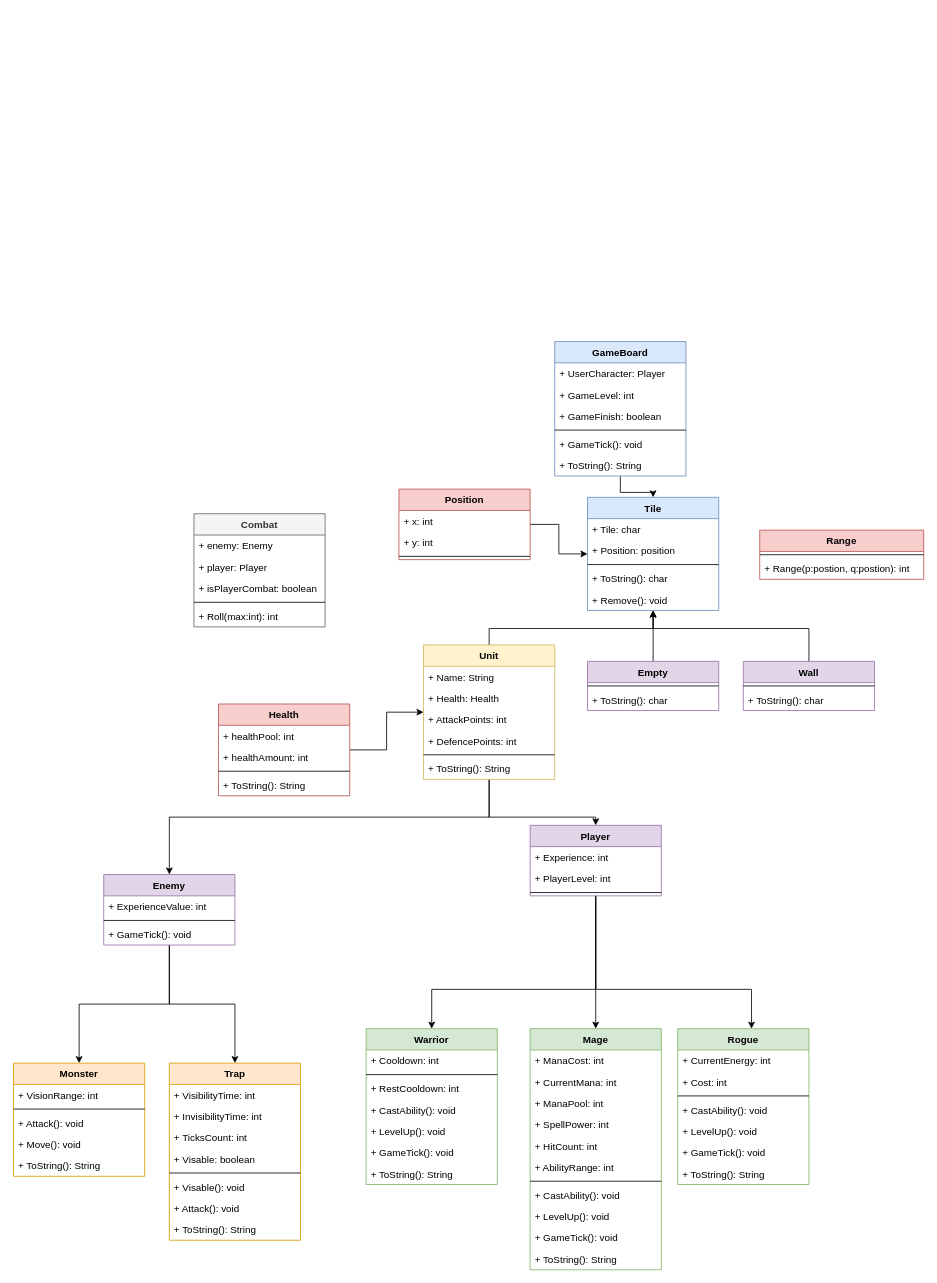
Before: hw3.drawio in inbarbc/Dungeons_and_Dragons, a draw.io diagram. Source tidied: cells renumbered, new cells numbered last; positions are measured from the earlier drawing's top-left corner, leaving out a move shared by most shapes. Both pictures are drawn from the tidied source at 82%, with x=0, y=0 at pixel (13, 341).
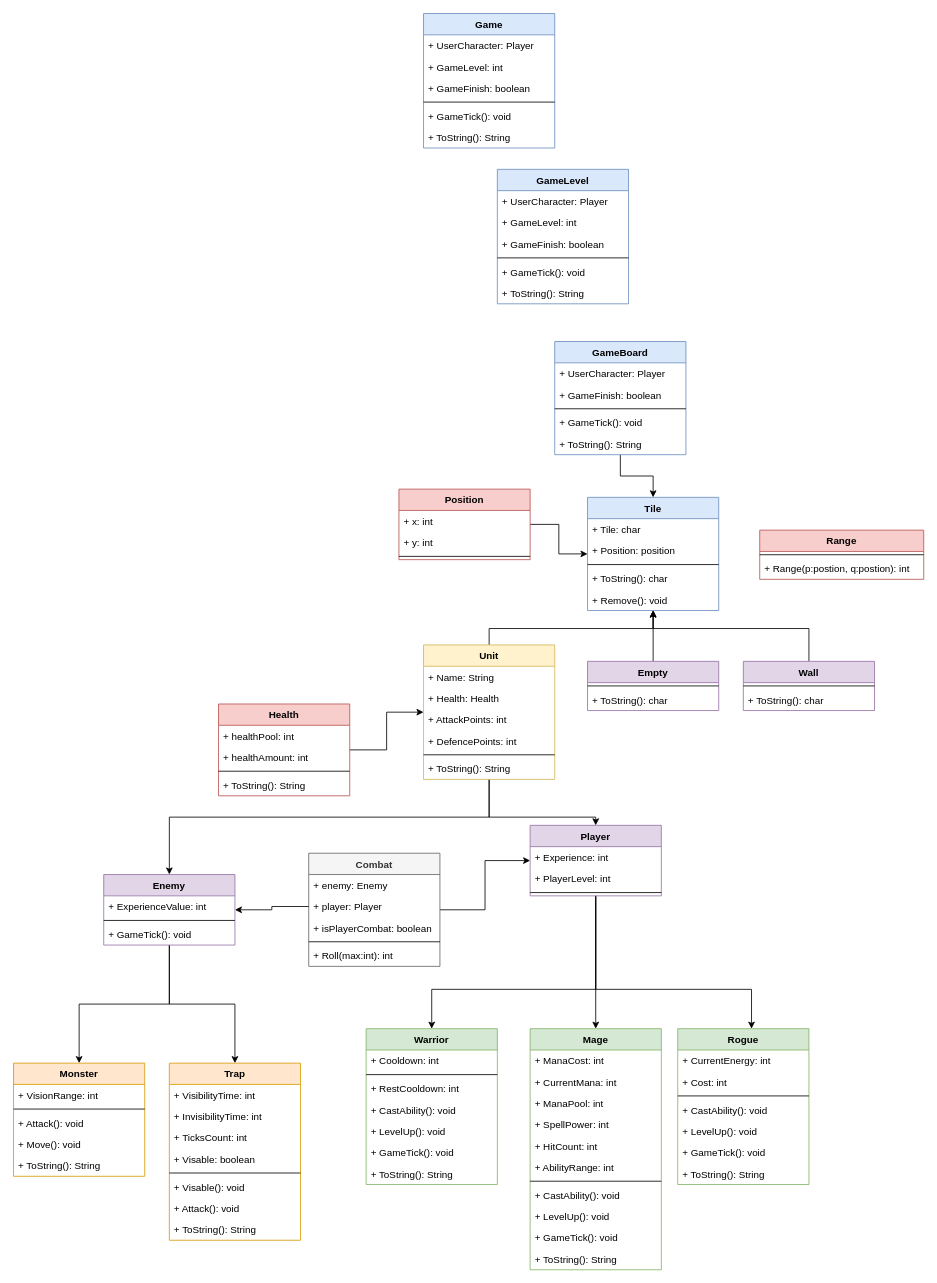
The same page after the edit.

Unchanged cells that the change refers to:
```xml
<mxCell id="13" value="Player" style="swimlane;fontStyle=1;align=center;verticalAlign=top;horizontal=1;startSize=26;fillColor=#e1d5e7;strokeColor=#9673a6;" parent="1" vertex="1">
  <mxGeometry x="630" y="590" width="160" height="86" as="geometry" />
</mxCell>
<mxCell id="19" value="Enemy" style="swimlane;fontStyle=1;align=center;verticalAlign=top;horizontal=1;startSize=26;fillColor=#e1d5e7;strokeColor=#9673a6;" parent="1" vertex="1">
  <mxGeometry x="110" y="650" width="160" height="86" as="geometry" />
</mxCell>
<mxCell id="35" value="+ player: Player" style="text;strokeColor=none;fillColor=none;align=left;verticalAlign=top;spacingLeft=4;spacingRight=4;overflow=hidden;points=[[0,0.5],[1,0.5]];portConstraint=eastwest;" parent="33" vertex="1">
  <mxGeometry y="52" width="160" height="26" as="geometry" />
</mxCell>
```

What changed in the source:
```diff
@@
     <mxCell id="3" value="GameBoard" style="swimlane;fontStyle=1;align=center;verticalAlign=top;horizontal=1;startSize=26;fillColor=#dae8fc;strokeColor=#6c8ebf;" parent="1" vertex="1">
-      <mxGeometry x="660" width="160" height="164" as="geometry" />
+      <mxGeometry x="660" width="160" height="138" as="geometry" />
     </mxCell>
@@
-    <mxCell id="5" value="+ GameLevel: int" style="text;strokeColor=none;fillColor=none;align=left;verticalAlign=top;spacingLeft=4;spacingRight=4;overflow=hidden;" parent="3" vertex="1">
-      <mxGeometry y="52" width="160" height="26" as="geometry" />
-    </mxCell>
     <mxCell id="6" value="+ GameFinish: boolean" style="text;strokeColor=none;fillColor=none;align=left;verticalAlign=top;spacingLeft=4;spacingRight=4;overflow=hidden;" parent="3" vertex="1">
-      <mxGeometry y="78" width="160" height="26" as="geometry" />
+      <mxGeometry y="52" width="160" height="26" as="geometry" />
     </mxCell>
     <mxCell id="7" style="line;strokeWidth=1;fillColor=none;align=left;verticalAlign=middle;spacingTop=-1;spacingLeft=3;spacingRight=3;labelPosition=right;" parent="3" vertex="1">
-      <mxGeometry y="104" width="160" height="8" as="geometry" />
+      <mxGeometry y="78" width="160" height="8" as="geometry" />
     </mxCell>
     <mxCell id="8" value="+ GameTick(): void" style="text;strokeColor=none;fillColor=none;align=left;verticalAlign=top;spacingLeft=4;spacingRight=4;overflow=hidden;" parent="3" vertex="1">
-      <mxGeometry y="112" width="160" height="26" as="geometry" />
+      <mxGeometry y="86" width="160" height="26" as="geometry" />
     </mxCell>
     <mxCell id="9" value="+ ToString(): String" style="text;strokeColor=none;fillColor=none;align=left;verticalAlign=top;spacingLeft=4;spacingRight=4;overflow=hidden;" parent="3" vertex="1">
-      <mxGeometry y="138" width="160" height="26" as="geometry" />
+      <mxGeometry y="112" width="160" height="26" as="geometry" />
     </mxCell>
@@
+    <mxCell id="110" style="edgeStyle=orthogonalEdgeStyle;rounded=0;jettySize=auto;html=1;" parent="1" edge="1" source="33" target="13">
+      <mxGeometry relative="1" as="geometry" />
+    </mxCell>
     <mxCell id="33" value="Combat" style="swimlane;fontStyle=1;align=center;verticalAlign=top;horizontal=1;startSize=26;fillColor=#f5f5f5;strokeColor=#666666;fontColor=#333333;" parent="1" vertex="1">
-      <mxGeometry x="220" y="210" width="160" height="138" as="geometry" />
+      <mxGeometry x="360" y="624" width="160" height="138" as="geometry" />
     </mxCell>
@@
+    <mxCell id="111" style="edgeStyle=orthogonalEdgeStyle;rounded=0;jettySize=auto;html=1;" parent="1" edge="1" source="35" target="19">
+      <mxGeometry relative="1" as="geometry" />
+    </mxCell>
+    <mxCell id="112" value="GameLevel" style="swimlane;fontStyle=1;align=center;verticalAlign=top;horizontal=1;startSize=26;fillColor=#dae8fc;strokeColor=#6c8ebf;" parent="1" vertex="1">
+      <mxGeometry x="590" y="-210" width="160" height="164" as="geometry" />
+    </mxCell>
+    <mxCell id="113" value="+ UserCharacter: Player" style="text;strokeColor=none;fillColor=none;align=left;verticalAlign=top;spacingLeft=4;spacingRight=4;overflow=hidden;" parent="112" vertex="1">
+      <mxGeometry y="26" width="160" height="26" as="geometry" />
+    </mxCell>
+    <mxCell id="114" value="+ GameLevel: int" style="text;strokeColor=none;fillColor=none;align=left;verticalAlign=top;spacingLeft=4;spacingRight=4;overflow=hidden;" parent="112" vertex="1">
+      <mxGeometry y="52" width="160" height="26" as="geometry" />
+    </mxCell>
+    <mxCell id="115" value="+ GameFinish: boolean" style="text;strokeColor=none;fillColor=none;align=left;verticalAlign=top;spacingLeft=4;spacingRight=4;overflow=hidden;" parent="112" vertex="1">
+      <mxGeometry y="78" width="160" height="26" as="geometry" />
+    </mxCell>
+    <mxCell id="116" style="line;strokeWidth=1;fillColor=none;align=left;verticalAlign=middle;spacingTop=-1;spacingLeft=3;spacingRight=3;labelPosition=right;" parent="112" vertex="1">
+      <mxGeometry y="104" width="160" height="8" as="geometry" />
+    </mxCell>
+    <mxCell id="117" value="+ GameTick(): void" style="text;strokeColor=none;fillColor=none;align=left;verticalAlign=top;spacingLeft=4;spacingRight=4;overflow=hidden;" parent="112" vertex="1">
+      <mxGeometry y="112" width="160" height="26" as="geometry" />
+    </mxCell>
+    <mxCell id="118" value="+ ToString(): String" style="text;strokeColor=none;fillColor=none;align=left;verticalAlign=top;spacingLeft=4;spacingRight=4;overflow=hidden;" parent="112" vertex="1">
+      <mxGeometry y="138" width="160" height="26" as="geometry" />
+    </mxCell>
+    <mxCell id="119" value="Game&#10;" style="swimlane;fontStyle=1;align=center;verticalAlign=top;horizontal=1;startSize=26;fillColor=#dae8fc;strokeColor=#6c8ebf;" parent="1" vertex="1">
+      <mxGeometry x="500" y="-400" width="160" height="164" as="geometry" />
+    </mxCell>
+    <mxCell id="120" value="+ UserCharacter: Player" style="text;strokeColor=none;fillColor=none;align=left;verticalAlign=top;spacingLeft=4;spacingRight=4;overflow=hidden;" parent="119" vertex="1">
+      <mxGeometry y="26" width="160" height="26" as="geometry" />
+    </mxCell>
+    <mxCell id="121" value="+ GameLevel: int" style="text;strokeColor=none;fillColor=none;align=left;verticalAlign=top;spacingLeft=4;spacingRight=4;overflow=hidden;" parent="119" vertex="1">
+      <mxGeometry y="52" width="160" height="26" as="geometry" />
+    </mxCell>
+    <mxCell id="122" value="+ GameFinish: boolean" style="text;strokeColor=none;fillColor=none;align=left;verticalAlign=top;spacingLeft=4;spacingRight=4;overflow=hidden;" parent="119" vertex="1">
+      <mxGeometry y="78" width="160" height="26" as="geometry" />
+    </mxCell>
+    <mxCell id="123" style="line;strokeWidth=1;fillColor=none;align=left;verticalAlign=middle;spacingTop=-1;spacingLeft=3;spacingRight=3;labelPosition=right;" parent="119" vertex="1">
+      <mxGeometry y="104" width="160" height="8" as="geometry" />
+    </mxCell>
+    <mxCell id="124" value="+ GameTick(): void" style="text;strokeColor=none;fillColor=none;align=left;verticalAlign=top;spacingLeft=4;spacingRight=4;overflow=hidden;" parent="119" vertex="1">
+      <mxGeometry y="112" width="160" height="26" as="geometry" />
+    </mxCell>
+    <mxCell id="125" value="+ ToString(): String" style="text;strokeColor=none;fillColor=none;align=left;verticalAlign=top;spacingLeft=4;spacingRight=4;overflow=hidden;" parent="119" vertex="1">
+      <mxGeometry y="138" width="160" height="26" as="geometry" />
+    </mxCell>
```
